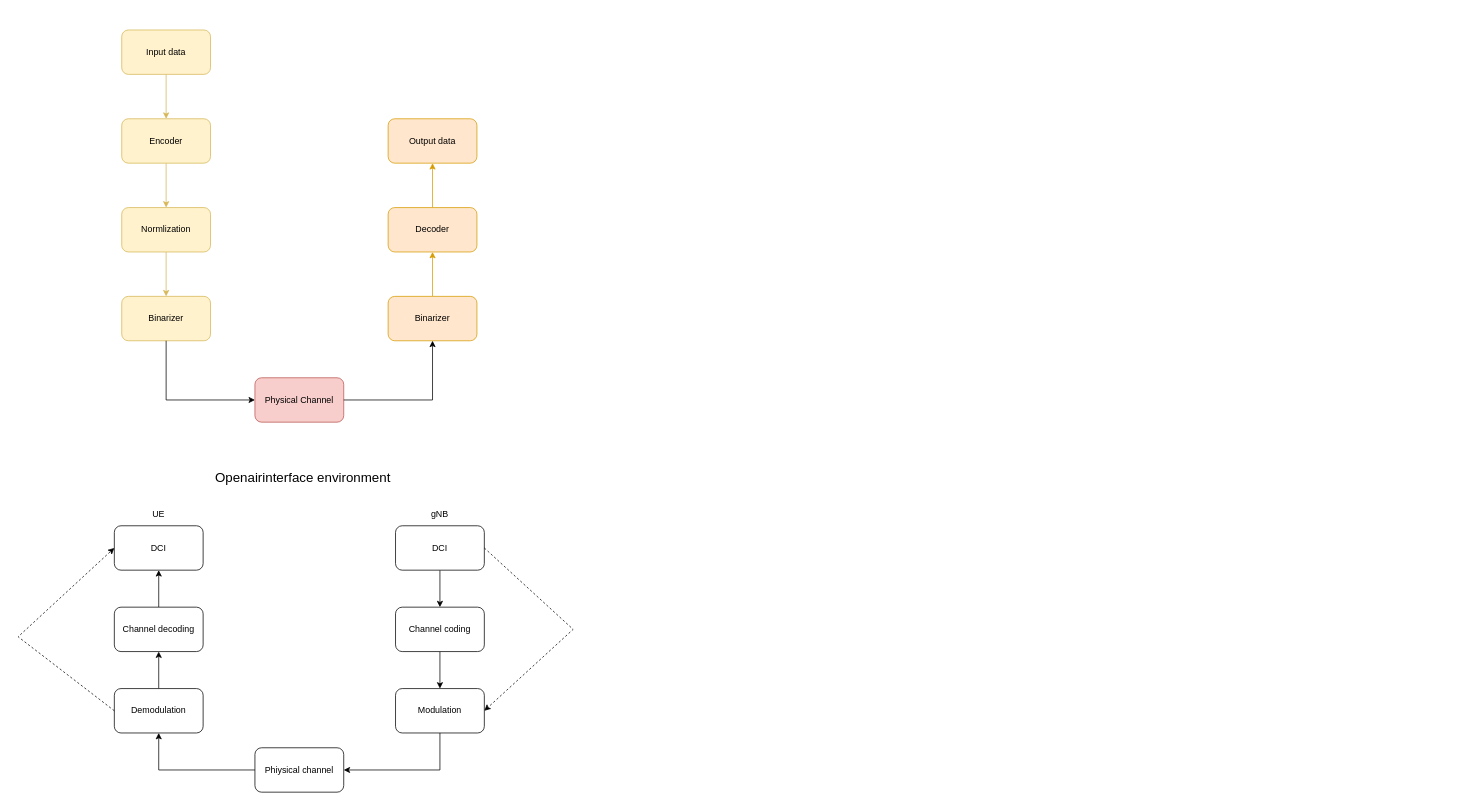
This is eric Diagram.drawio from eric693/helloworld, a draw.io file, before an edit. Source tidied: cells renumbered, new cells numbered last; positions are measured from the earlier drawing's top-left corner, leaving out a move shared by most shapes. Both pictures are drawn from the tidied source at 74%, with x=0, y=0 at pixel (18, 30).
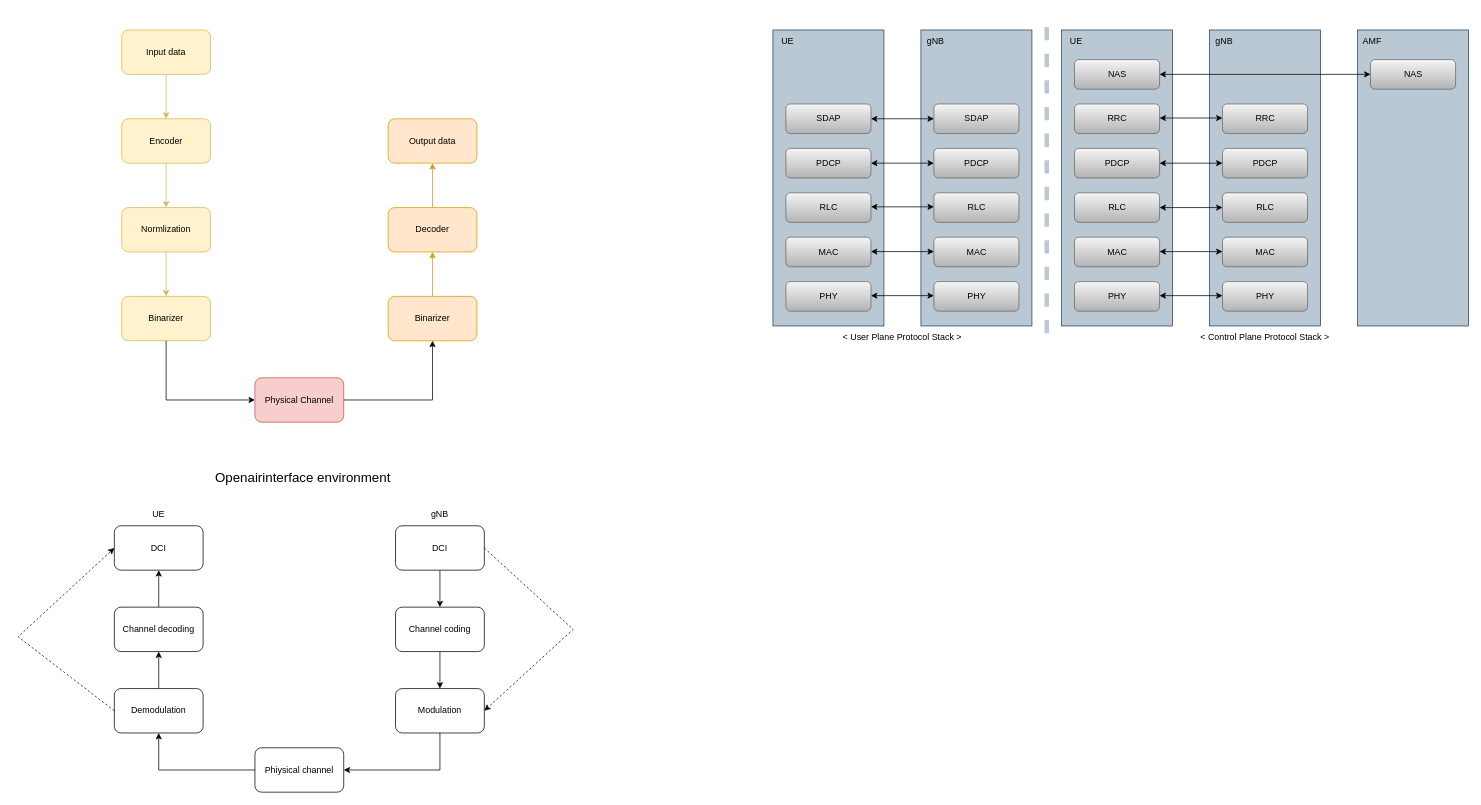
The same diagram, later.

The edit, as a diff of the source:
```diff
@@
+    <mxCell id="39" style="rounded=0;whiteSpace=wrap;html=1;fillColor=#bac8d3;strokeColor=#23445d;" parent="1" vertex="1">
+      <mxGeometry x="1610" width="150" height="400" as="geometry" />
+    </mxCell>
+    <mxCell id="40" value="RRC" style="rounded=1;whiteSpace=wrap;html=1;fillColor=#f5f5f5;strokeColor=#666666;gradientColor=#b3b3b3;" parent="1" vertex="1">
+      <mxGeometry x="1627.5" y="100" width="115" height="40" as="geometry" />
+    </mxCell>
+    <mxCell id="41" value="RLC" style="rounded=1;whiteSpace=wrap;html=1;fillColor=#f5f5f5;strokeColor=#666666;gradientColor=#b3b3b3;" parent="1" vertex="1">
+      <mxGeometry x="1627.5" y="220" width="115" height="40" as="geometry" />
+    </mxCell>
+    <mxCell id="42" value="PHY" style="rounded=1;whiteSpace=wrap;html=1;fillColor=#f5f5f5;strokeColor=#666666;gradientColor=#b3b3b3;" parent="1" vertex="1">
+      <mxGeometry x="1627.5" y="340" width="115" height="40" as="geometry" />
+    </mxCell>
+    <mxCell id="43" value="MAC" style="rounded=1;whiteSpace=wrap;html=1;fillColor=#f5f5f5;strokeColor=#666666;gradientColor=#b3b3b3;" parent="1" vertex="1">
+      <mxGeometry x="1627.5" y="280" width="115" height="40" as="geometry" />
+    </mxCell>
+    <mxCell id="44" value="PDCP" style="rounded=1;whiteSpace=wrap;html=1;fillColor=#f5f5f5;strokeColor=#666666;gradientColor=#b3b3b3;" parent="1" vertex="1">
+      <mxGeometry x="1627.5" y="160" width="115" height="40" as="geometry" />
+    </mxCell>
+    <mxCell id="45" style="rounded=0;whiteSpace=wrap;html=1;fillColor=#bac8d3;strokeColor=#23445d;" parent="1" vertex="1">
+      <mxGeometry x="1410" width="150" height="400" as="geometry" />
+    </mxCell>
+    <mxCell id="46" value="RRC" style="rounded=1;whiteSpace=wrap;html=1;fillColor=#f5f5f5;strokeColor=#666666;gradientColor=#b3b3b3;" parent="1" vertex="1">
+      <mxGeometry x="1427.5" y="100" width="115" height="40" as="geometry" />
+    </mxCell>
+    <mxCell id="47" value="RLC" style="rounded=1;whiteSpace=wrap;html=1;fillColor=#f5f5f5;strokeColor=#666666;gradientColor=#b3b3b3;" parent="1" vertex="1">
+      <mxGeometry x="1427.5" y="220" width="115" height="40" as="geometry" />
+    </mxCell>
+    <mxCell id="48" value="PHY" style="rounded=1;whiteSpace=wrap;html=1;fillColor=#f5f5f5;strokeColor=#666666;gradientColor=#b3b3b3;" parent="1" vertex="1">
+      <mxGeometry x="1427.5" y="340" width="115" height="40" as="geometry" />
+    </mxCell>
+    <mxCell id="49" value="MAC" style="rounded=1;whiteSpace=wrap;html=1;fillColor=#f5f5f5;strokeColor=#666666;gradientColor=#b3b3b3;" parent="1" vertex="1">
+      <mxGeometry x="1427.5" y="280" width="115" height="40" as="geometry" />
+    </mxCell>
+    <mxCell id="50" value="PDCP" style="rounded=1;whiteSpace=wrap;html=1;fillColor=#f5f5f5;strokeColor=#666666;gradientColor=#b3b3b3;" parent="1" vertex="1">
+      <mxGeometry x="1427.5" y="160" width="115" height="40" as="geometry" />
+    </mxCell>
+    <mxCell id="51" value="NAS" style="rounded=1;whiteSpace=wrap;html=1;fillColor=#f5f5f5;strokeColor=#666666;gradientColor=#b3b3b3;" parent="1" vertex="1">
+      <mxGeometry x="1427.5" y="40" width="115" height="40" as="geometry" />
+    </mxCell>
+    <mxCell id="52" value="gNB" style="text;html=1;strokeColor=none;fillColor=none;align=center;verticalAlign=middle;whiteSpace=wrap;rounded=0;" parent="1" vertex="1">
+      <mxGeometry x="1600" width="60" height="30" as="geometry" />
+    </mxCell>
+    <mxCell id="53" value="UE" style="text;html=1;strokeColor=none;fillColor=none;align=center;verticalAlign=middle;whiteSpace=wrap;rounded=0;" parent="1" vertex="1">
+      <mxGeometry x="1400" width="60" height="30" as="geometry" />
+    </mxCell>
+    <mxCell id="54" style="rounded=0;whiteSpace=wrap;html=1;fillColor=#bac8d3;strokeColor=#23445d;" parent="1" vertex="1">
+      <mxGeometry x="1810" width="150" height="400" as="geometry" />
+    </mxCell>
+    <mxCell id="55" value="NAS" style="rounded=1;whiteSpace=wrap;html=1;fillColor=#f5f5f5;strokeColor=#666666;gradientColor=#b3b3b3;" parent="1" vertex="1">
+      <mxGeometry x="1827.5" y="40" width="115" height="40" as="geometry" />
+    </mxCell>
+    <mxCell id="56" value="AMF" style="text;html=1;strokeColor=none;fillColor=none;align=center;verticalAlign=middle;whiteSpace=wrap;rounded=0;" parent="1" vertex="1">
+      <mxGeometry x="1800" width="60" height="30" as="geometry" />
+    </mxCell>
+    <mxCell id="57" value="&amp;lt; Control Plane Protocol Stack &amp;gt;" style="text;html=1;strokeColor=none;fillColor=none;align=center;verticalAlign=middle;whiteSpace=wrap;rounded=0;" parent="1" vertex="1">
+      <mxGeometry x="1590" y="400" width="190" height="30" as="geometry" />
+    </mxCell>
+    <mxCell id="58" style="endArrow=none;html=1;rounded=0;fillColor=#bac8d3;strokeColor=#BAC8D3;strokeWidth=6;dashed=1;" parent="1" edge="1">
+      <mxGeometry relative="1" as="geometry">
+        <mxPoint x="1390" y="410" as="sourcePoint" />
+        <mxPoint x="1390" y="-20" as="targetPoint" />
+      </mxGeometry>
+    </mxCell>
+    <mxCell id="59" style="rounded=0;whiteSpace=wrap;html=1;fillColor=#bac8d3;strokeColor=#23445d;" parent="1" vertex="1">
+      <mxGeometry x="1220" width="150" height="400" as="geometry" />
+    </mxCell>
+    <mxCell id="60" value="SDAP" style="rounded=1;whiteSpace=wrap;html=1;fillColor=#f5f5f5;strokeColor=#666666;gradientColor=#b3b3b3;" parent="1" vertex="1">
+      <mxGeometry x="1237.5" y="100" width="115" height="40" as="geometry" />
+    </mxCell>
+    <mxCell id="61" value="RLC" style="rounded=1;whiteSpace=wrap;html=1;fillColor=#f5f5f5;strokeColor=#666666;gradientColor=#b3b3b3;" parent="1" vertex="1">
+      <mxGeometry x="1237.5" y="220" width="115" height="40" as="geometry" />
+    </mxCell>
+    <mxCell id="62" value="PHY" style="rounded=1;whiteSpace=wrap;html=1;fillColor=#f5f5f5;strokeColor=#666666;gradientColor=#b3b3b3;" parent="1" vertex="1">
+      <mxGeometry x="1237.5" y="340" width="115" height="40" as="geometry" />
+    </mxCell>
+    <mxCell id="63" value="MAC" style="rounded=1;whiteSpace=wrap;html=1;fillColor=#f5f5f5;strokeColor=#666666;gradientColor=#b3b3b3;" parent="1" vertex="1">
+      <mxGeometry x="1237.5" y="280" width="115" height="40" as="geometry" />
+    </mxCell>
+    <mxCell id="64" value="PDCP" style="rounded=1;whiteSpace=wrap;html=1;fillColor=#f5f5f5;strokeColor=#666666;gradientColor=#b3b3b3;" parent="1" vertex="1">
+      <mxGeometry x="1237.5" y="160" width="115" height="40" as="geometry" />
+    </mxCell>
+    <mxCell id="65" style="rounded=0;whiteSpace=wrap;html=1;fillColor=#bac8d3;strokeColor=#23445d;" parent="1" vertex="1">
+      <mxGeometry x="1020" width="150" height="400" as="geometry" />
+    </mxCell>
+    <mxCell id="66" value="SDAP" style="rounded=1;whiteSpace=wrap;html=1;fillColor=#f5f5f5;strokeColor=#666666;gradientColor=#b3b3b3;" parent="1" vertex="1">
+      <mxGeometry x="1037.5" y="100" width="115" height="40" as="geometry" />
+    </mxCell>
+    <mxCell id="67" value="RLC" style="rounded=1;whiteSpace=wrap;html=1;fillColor=#f5f5f5;strokeColor=#666666;gradientColor=#b3b3b3;" parent="1" vertex="1">
+      <mxGeometry x="1037.5" y="220" width="115" height="40" as="geometry" />
+    </mxCell>
+    <mxCell id="68" value="PHY" style="rounded=1;whiteSpace=wrap;html=1;fillColor=#f5f5f5;strokeColor=#666666;gradientColor=#b3b3b3;" parent="1" vertex="1">
+      <mxGeometry x="1037.5" y="340" width="115" height="40" as="geometry" />
+    </mxCell>
+    <mxCell id="69" value="MAC" style="rounded=1;whiteSpace=wrap;html=1;fillColor=#f5f5f5;strokeColor=#666666;gradientColor=#b3b3b3;" parent="1" vertex="1">
+      <mxGeometry x="1037.5" y="280" width="115" height="40" as="geometry" />
+    </mxCell>
+    <mxCell id="70" value="PDCP" style="rounded=1;whiteSpace=wrap;html=1;fillColor=#f5f5f5;strokeColor=#666666;gradientColor=#b3b3b3;" parent="1" vertex="1">
+      <mxGeometry x="1037.5" y="160" width="115" height="40" as="geometry" />
+    </mxCell>
+    <mxCell id="71" style="endArrow=classic;startArrow=classic;html=1;rounded=0;entryX=0;entryY=0.5;entryDx=0;entryDy=0;exitX=1;exitY=0.5;exitDx=0;exitDy=0;" parent="1" edge="1" source="66" target="60">
+      <mxGeometry relative="1" as="geometry" />
+    </mxCell>
+    <mxCell id="72" style="endArrow=classic;startArrow=classic;html=1;rounded=0;entryX=0;entryY=0.5;entryDx=0;entryDy=0;exitX=1;exitY=0.5;exitDx=0;exitDy=0;" parent="1" edge="1">
+      <mxGeometry relative="1" as="geometry">
+        <mxPoint x="1152.5" y="180" as="sourcePoint" />
+        <mxPoint x="1237.5" y="180" as="targetPoint" />
+      </mxGeometry>
+    </mxCell>
+    <mxCell id="73" style="endArrow=classic;startArrow=classic;html=1;rounded=0;entryX=0;entryY=0.5;entryDx=0;entryDy=0;exitX=1;exitY=0.5;exitDx=0;exitDy=0;" parent="1" edge="1">
+      <mxGeometry relative="1" as="geometry">
+        <mxPoint x="1152.5" y="239" as="sourcePoint" />
+        <mxPoint x="1237.5" y="239" as="targetPoint" />
+      </mxGeometry>
+    </mxCell>
+    <mxCell id="74" style="endArrow=classic;startArrow=classic;html=1;rounded=0;entryX=0;entryY=0.5;entryDx=0;entryDy=0;exitX=1;exitY=0.5;exitDx=0;exitDy=0;" parent="1" edge="1">
+      <mxGeometry relative="1" as="geometry">
+        <mxPoint x="1152.5" y="299.5" as="sourcePoint" />
+        <mxPoint x="1237.5" y="299.5" as="targetPoint" />
+      </mxGeometry>
+    </mxCell>
+    <mxCell id="75" style="endArrow=classic;startArrow=classic;html=1;rounded=0;entryX=0;entryY=0.5;entryDx=0;entryDy=0;exitX=1;exitY=0.5;exitDx=0;exitDy=0;" parent="1" edge="1">
+      <mxGeometry relative="1" as="geometry">
+        <mxPoint x="1152.5" y="359" as="sourcePoint" />
+        <mxPoint x="1237.5" y="359" as="targetPoint" />
+      </mxGeometry>
+    </mxCell>
+    <mxCell id="76" style="endArrow=classic;startArrow=classic;html=1;rounded=0;entryX=0;entryY=0.5;entryDx=0;entryDy=0;exitX=1;exitY=0.5;exitDx=0;exitDy=0;" parent="1" edge="1">
+      <mxGeometry relative="1" as="geometry">
+        <mxPoint x="1542.5" y="359" as="sourcePoint" />
+        <mxPoint x="1627.5" y="359" as="targetPoint" />
+      </mxGeometry>
+    </mxCell>
+    <mxCell id="77" style="endArrow=classic;startArrow=classic;html=1;rounded=0;entryX=0;entryY=0.5;entryDx=0;entryDy=0;exitX=1;exitY=0.5;exitDx=0;exitDy=0;" parent="1" edge="1">
+      <mxGeometry relative="1" as="geometry">
+        <mxPoint x="1542.5" y="299.5" as="sourcePoint" />
+        <mxPoint x="1627.5" y="299.5" as="targetPoint" />
+      </mxGeometry>
+    </mxCell>
+    <mxCell id="78" style="endArrow=classic;startArrow=classic;html=1;rounded=0;entryX=0;entryY=0.5;entryDx=0;entryDy=0;exitX=1;exitY=0.5;exitDx=0;exitDy=0;" parent="1" edge="1">
+      <mxGeometry relative="1" as="geometry">
+        <mxPoint x="1542.5" y="240" as="sourcePoint" />
+        <mxPoint x="1627.5" y="240" as="targetPoint" />
+      </mxGeometry>
+    </mxCell>
+    <mxCell id="79" style="endArrow=classic;startArrow=classic;html=1;rounded=0;entryX=0;entryY=0.5;entryDx=0;entryDy=0;exitX=1;exitY=0.5;exitDx=0;exitDy=0;" parent="1" edge="1">
+      <mxGeometry relative="1" as="geometry">
+        <mxPoint x="1542.5" y="180" as="sourcePoint" />
+        <mxPoint x="1627.5" y="180" as="targetPoint" />
+      </mxGeometry>
+    </mxCell>
+    <mxCell id="80" style="endArrow=classic;startArrow=classic;html=1;rounded=0;entryX=0;entryY=0.5;entryDx=0;entryDy=0;exitX=1;exitY=0.5;exitDx=0;exitDy=0;" parent="1" edge="1">
+      <mxGeometry relative="1" as="geometry">
+        <mxPoint x="1542.5" y="119" as="sourcePoint" />
+        <mxPoint x="1627.5" y="119" as="targetPoint" />
+      </mxGeometry>
+    </mxCell>
+    <mxCell id="81" style="endArrow=classic;startArrow=classic;html=1;rounded=0;exitX=1;exitY=0.5;exitDx=0;exitDy=0;" parent="1" edge="1" target="55">
+      <mxGeometry relative="1" as="geometry">
+        <mxPoint x="1542.5" y="60" as="sourcePoint" />
+      </mxGeometry>
+    </mxCell>
+    <mxCell id="82" value="UE" style="text;html=1;strokeColor=none;fillColor=none;align=center;verticalAlign=middle;whiteSpace=wrap;rounded=0;" parent="1" vertex="1">
+      <mxGeometry x="1010" width="60" height="30" as="geometry" />
+    </mxCell>
+    <mxCell id="83" value="gNB" style="text;html=1;strokeColor=none;fillColor=none;align=center;verticalAlign=middle;whiteSpace=wrap;rounded=0;" parent="1" vertex="1">
+      <mxGeometry x="1210" width="60" height="30" as="geometry" />
+    </mxCell>
+    <mxCell id="84" value="&amp;lt; User Plane Protocol Stack &amp;gt;" style="text;html=1;strokeColor=none;fillColor=none;align=center;verticalAlign=middle;whiteSpace=wrap;rounded=0;" parent="1" vertex="1">
+      <mxGeometry x="1100" y="400" width="190" height="30" as="geometry" />
+    </mxCell>
```
